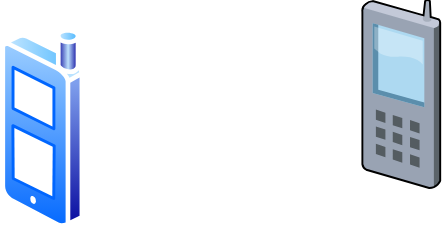
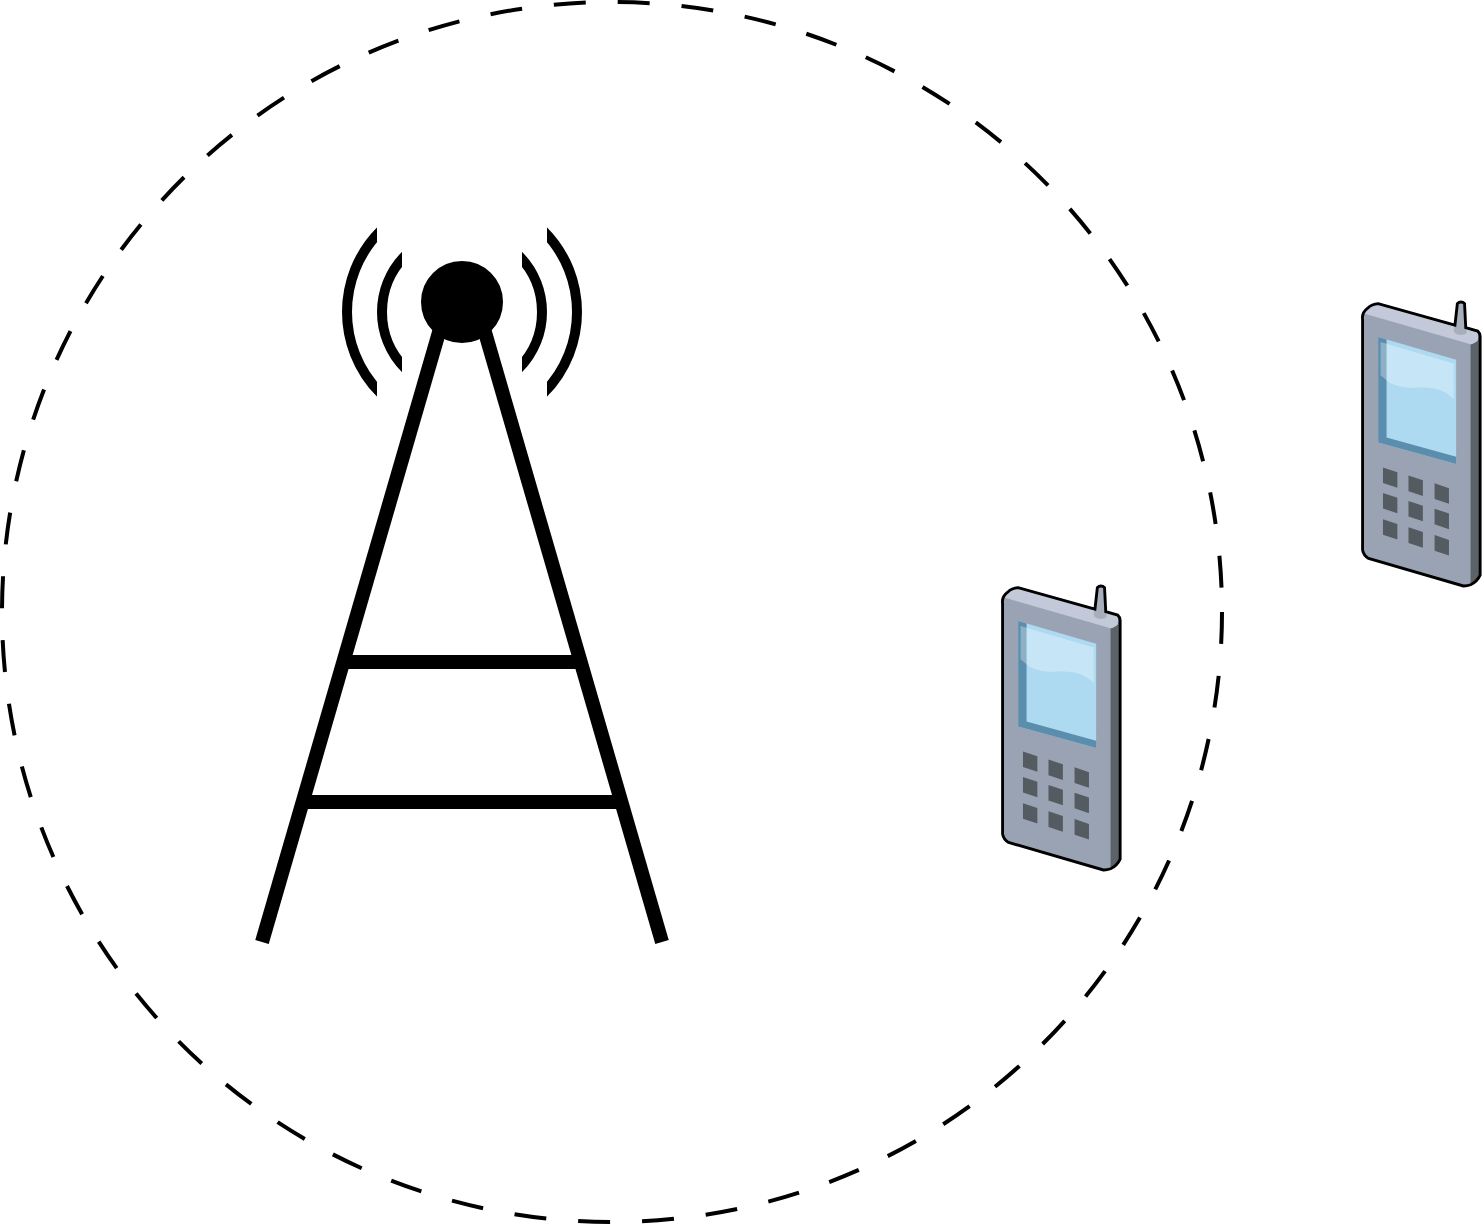
<mxfile host="app.diagrams.net" agent="Mozilla/5.0 (X11; Linux x86_64) AppleWebKit/537.36 (KHTML, like Gecko) Chrome/134.0.0.0 Safari/537.36" version="26.2.7">
  <diagram name="Page-1" id="-uwalU-gOkYBw5ut_4Op">
-     <mxGraphModel dx="939" dy="523" grid="1" gridSize="10" guides="1" tooltips="1" connect="1" arrows="1" fold="1" page="1" pageScale="1" pageWidth="850" pageHeight="1100" math="0" shadow="0">
+     <mxGraphModel dx="2796" dy="1084" grid="1" gridSize="10" guides="1" tooltips="1" connect="1" arrows="1" fold="1" page="1" pageScale="1" pageWidth="850" pageHeight="1100" math="0" shadow="0">
      <root>
        <mxCell id="0" />
        <mxCell id="1" parent="0" />
-         <mxCell id="tKKFt0F89F9XqecX8rig-4" value="" style="image;aspect=fixed;perimeter=ellipsePerimeter;html=1;align=center;shadow=0;dashed=0;spacingTop=3;image=img/lib/active_directory/cell_phone.svg;" vertex="1" parent="1">
-           <mxGeometry x="449.17" y="310" width="42" height="100" as="geometry" />
+         <mxCell id="tKKFt0F89F9XqecX8rig-5" value="" style="verticalLabelPosition=bottom;sketch=0;aspect=fixed;html=1;verticalAlign=top;strokeColor=none;align=center;outlineConnect=0;shape=mxgraph.citrix.cell_phone;" vertex="1" parent="1">
+           <mxGeometry x="670" y="160" width="59.17" height="142" as="geometry" />
        </mxCell>
-         <mxCell id="tKKFt0F89F9XqecX8rig-5" value="" style="verticalLabelPosition=bottom;sketch=0;aspect=fixed;html=1;verticalAlign=top;strokeColor=none;align=center;outlineConnect=0;shape=mxgraph.citrix.cell_phone;" vertex="1" parent="1">
-           <mxGeometry x="630" y="296" width="39.17" height="94" as="geometry" />
+         <mxCell id="tKKFt0F89F9XqecX8rig-21" value="" style="ellipse;whiteSpace=wrap;html=1;aspect=fixed;fillColor=none;strokeWidth=5;" vertex="1" parent="1">
+           <mxGeometry x="162.5" y="107.5" width="115" height="115" as="geometry" />
+         </mxCell>
+         <mxCell id="tKKFt0F89F9XqecX8rig-26" value="" style="rounded=0;whiteSpace=wrap;html=1;strokeColor=none;" vertex="1" parent="1">
+           <mxGeometry x="177.5" y="72.5" width="85" height="185" as="geometry" />
+         </mxCell>
+         <mxCell id="tKKFt0F89F9XqecX8rig-19" value="" style="ellipse;whiteSpace=wrap;html=1;aspect=fixed;fillColor=none;strokeWidth=5;" vertex="1" parent="1">
+           <mxGeometry x="180" y="125" width="80" height="80" as="geometry" />
+         </mxCell>
+         <mxCell id="tKKFt0F89F9XqecX8rig-20" value="" style="rounded=0;whiteSpace=wrap;html=1;strokeColor=none;" vertex="1" parent="1">
+           <mxGeometry x="190" y="85" width="60" height="150" as="geometry" />
+         </mxCell>
+         <mxCell id="tKKFt0F89F9XqecX8rig-16" value="" style="endArrow=none;html=1;rounded=0;strokeWidth=7;" edge="1" parent="1">
+           <mxGeometry width="50" height="50" relative="1" as="geometry">
+             <mxPoint x="160" y="340" as="sourcePoint" />
+             <mxPoint x="280" y="340" as="targetPoint" />
+           </mxGeometry>
+         </mxCell>
+         <mxCell id="tKKFt0F89F9XqecX8rig-18" value="" style="endArrow=none;html=1;rounded=0;strokeWidth=7;" edge="1" parent="1">
+           <mxGeometry width="50" height="50" relative="1" as="geometry">
+             <mxPoint x="140" y="410" as="sourcePoint" />
+             <mxPoint x="300" y="410" as="targetPoint" />
+           </mxGeometry>
+         </mxCell>
+         <mxCell id="tKKFt0F89F9XqecX8rig-17" value="" style="ellipse;whiteSpace=wrap;html=1;aspect=fixed;fillColor=#000000;" vertex="1" parent="1">
+           <mxGeometry x="200" y="140" width="40" height="40" as="geometry" />
+         </mxCell>
+         <mxCell id="tKKFt0F89F9XqecX8rig-15" value="" style="endArrow=none;html=1;rounded=0;strokeWidth=7;" edge="1" parent="1">
+           <mxGeometry width="50" height="50" relative="1" as="geometry">
+             <mxPoint x="320" y="480" as="sourcePoint" />
+             <mxPoint x="230" y="170" as="targetPoint" />
+           </mxGeometry>
+         </mxCell>
+         <mxCell id="tKKFt0F89F9XqecX8rig-14" value="" style="endArrow=none;html=1;rounded=0;strokeWidth=7;" edge="1" parent="1">
+           <mxGeometry width="50" height="50" relative="1" as="geometry">
+             <mxPoint x="120" y="480" as="sourcePoint" />
+             <mxPoint x="210" y="170" as="targetPoint" />
+           </mxGeometry>
+         </mxCell>
+         <mxCell id="tKKFt0F89F9XqecX8rig-29" value="" style="ellipse;whiteSpace=wrap;html=1;aspect=fixed;fillColor=none;dashed=1;dashPattern=8 8;strokeWidth=2;" vertex="1" parent="1">
+           <mxGeometry x="-10" y="10" width="610" height="610" as="geometry" />
+         </mxCell>
+         <mxCell id="tKKFt0F89F9XqecX8rig-30" value="" style="verticalLabelPosition=bottom;sketch=0;aspect=fixed;html=1;verticalAlign=top;strokeColor=none;align=center;outlineConnect=0;shape=mxgraph.citrix.cell_phone;" vertex="1" parent="1">
+           <mxGeometry x="490" y="302" width="59.17" height="142" as="geometry" />
        </mxCell>
      </root>
    </mxGraphModel>
  </diagram>
</mxfile>
